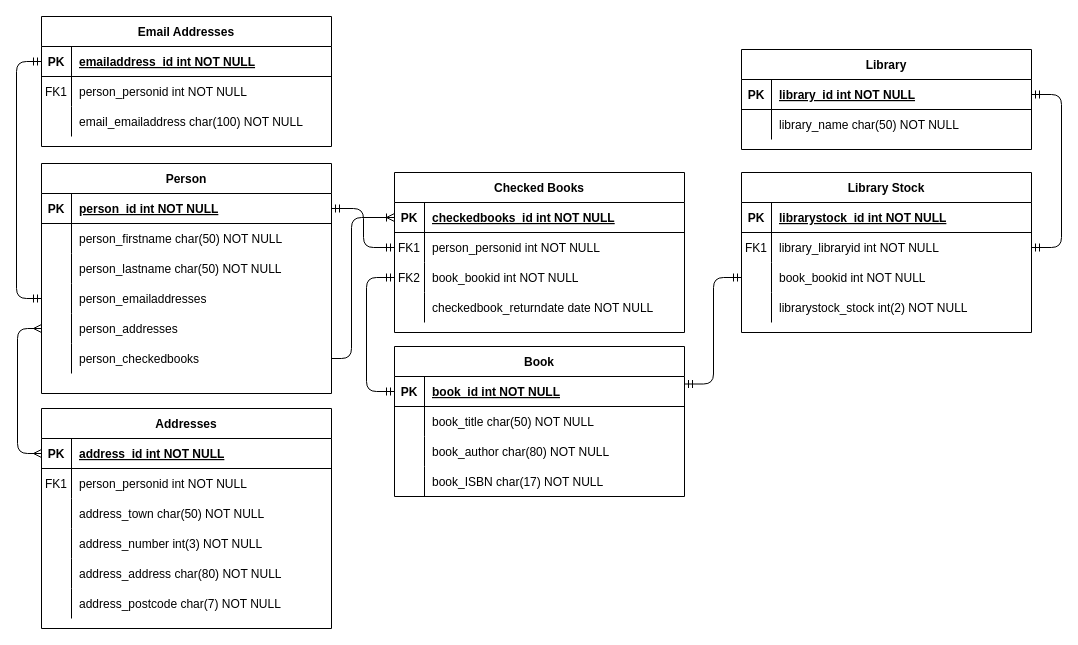
Above: library.drawio in RhysGrabany/LibraryManagementSystem (draw.io), before the change. Source tidied: cells renumbered, new cells numbered last; positions are measured from the earlier drawing's top-left corner, leaving out a move shared by most shapes. Both pictures are drawn from the tidied source at 100%, with x=0, y=0 at pixel (0, 16).
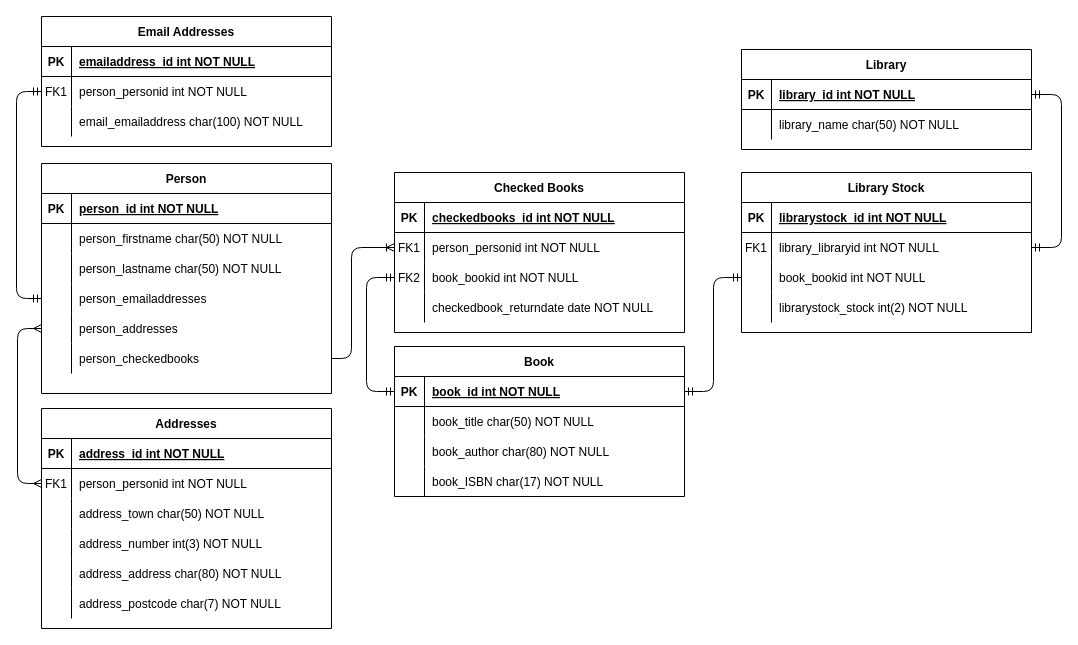
Above is the later version.

Commit message (it also covers changes not shown here):
Fixed ERD relationships

Unchanged cells that the change refers to:
```xml
<mxCell id="10" style="shape=partialRectangle;fillColor=none;points=[[0,0.5],[1,0.5]];portConstraint=eastwest;top=0;left=0;right=0;bottom=1;" parent="9" vertex="1">
  <mxGeometry y="30" width="290" height="30" as="geometry" />
</mxCell>
<mxCell id="13" style="shape=partialRectangle;fillColor=none;points=[[0,0.5],[1,0.5]];portConstraint=eastwest;top=0;left=0;right=0;bottom=0;" parent="9" vertex="1">
  <mxGeometry y="60" width="290" height="30" as="geometry" />
</mxCell>
<mxCell id="23" style="shape=partialRectangle;fillColor=none;points=[[0,0.5],[1,0.5]];portConstraint=eastwest;top=0;left=0;right=0;bottom=1;" parent="22" vertex="1">
  <mxGeometry y="30" width="290" height="30" as="geometry" />
</mxCell>
<mxCell id="32" style="shape=partialRectangle;fillColor=none;points=[[0,0.5],[1,0.5]];portConstraint=eastwest;top=0;left=0;right=0;bottom=0;" parent="22" vertex="1">
  <mxGeometry y="120" width="290" height="30" as="geometry" />
</mxCell>
<mxCell id="35" style="shape=partialRectangle;fillColor=none;points=[[0,0.5],[1,0.5]];portConstraint=eastwest;top=0;left=0;right=0;bottom=0;" parent="22" vertex="1">
  <mxGeometry y="150" width="290" height="30" as="geometry" />
</mxCell>
<mxCell id="38" style="shape=partialRectangle;fillColor=none;points=[[0,0.5],[1,0.5]];portConstraint=eastwest;top=0;left=0;right=0;bottom=0;" parent="22" vertex="1">
  <mxGeometry y="180" width="290" height="30" as="geometry" />
</mxCell>
<mxCell id="42" style="shape=partialRectangle;fillColor=none;points=[[0,0.5],[1,0.5]];portConstraint=eastwest;top=0;left=0;right=0;bottom=1;" parent="41" vertex="1">
  <mxGeometry y="30" width="290" height="30" as="geometry" />
</mxCell>
<mxCell id="45" style="shape=partialRectangle;fillColor=none;points=[[0,0.5],[1,0.5]];portConstraint=eastwest;top=0;left=0;right=0;bottom=0;" parent="41" vertex="1">
  <mxGeometry y="60" width="290" height="30" as="geometry" />
</mxCell>
<mxCell id="52" style="shape=partialRectangle;fillColor=none;points=[[0,0.5],[1,0.5]];portConstraint=eastwest;top=0;left=0;right=0;bottom=1;" parent="51" vertex="1">
  <mxGeometry y="30" width="290" height="30" as="geometry" />
</mxCell>
<mxCell id="55" style="shape=partialRectangle;fillColor=none;points=[[0,0.5],[1,0.5]];portConstraint=eastwest;top=0;left=0;right=0;bottom=0;" parent="51" vertex="1">
  <mxGeometry y="60" width="290" height="30" as="geometry" />
</mxCell>
<mxCell id="80" style="shape=partialRectangle;fillColor=none;points=[[0,0.5],[1,0.5]];portConstraint=eastwest;top=0;left=0;right=0;bottom=0;" parent="73" vertex="1">
  <mxGeometry y="90" width="290" height="30" as="geometry" />
</mxCell>
<mxCell id="89" value="Book" style="shape=table;startSize=30;childLayout=tableLayout;rowLines=0;fontStyle=1;align=center;" parent="1" vertex="1">
  <mxGeometry x="394" y="330" width="290" height="150" as="geometry" />
</mxCell>
<mxCell id="90" style="shape=partialRectangle;fillColor=none;points=[[0,0.5],[1,0.5]];portConstraint=eastwest;top=0;left=0;right=0;bottom=1;" parent="89" vertex="1">
  <mxGeometry y="30" width="290" height="30" as="geometry" />
</mxCell>
```

The edit, as a diff of the source:
```diff
@@
-    <mxCell id="70" style="edgeStyle=elbowEdgeStyle;fontSize=12;html=1;endArrow=ERoneToMany;jumpStyle=arc;" parent="1" edge="1" source="38" target="10">
+    <mxCell id="70" style="edgeStyle=elbowEdgeStyle;fontSize=12;html=1;endArrow=ERoneToMany;jumpStyle=arc;entryX=0;entryY=0.5;entryDx=0;entryDy=0;" parent="1" edge="1" source="38" target="13">
       <mxGeometry relative="1" as="geometry">
         <Array as="points">
           <mxPoint x="351" y="272" />
         </Array>
       </mxGeometry>
     </mxCell>
-    <mxCell id="71" style="edgeStyle=elbowEdgeStyle;fontSize=12;html=1;endArrow=ERmandOne;startArrow=ERmandOne;exitX=0;exitY=0.5;exitDx=0;exitDy=0;" parent="1" edge="1" source="42" target="32">
+    <mxCell id="71" style="edgeStyle=elbowEdgeStyle;fontSize=12;html=1;endArrow=ERmandOne;startArrow=ERmandOne;exitX=0;exitY=0.5;exitDx=0;exitDy=0;" parent="1" edge="1" source="45" target="32">
       <mxGeometry relative="1" as="geometry">
         <Array as="points">
           <mxPoint x="16" y="165" />
         </Array>
       </mxGeometry>
     </mxCell>
-    <mxCell id="72" style="edgeStyle=elbowEdgeStyle;fontSize=12;html=1;endArrow=ERmany;startArrow=ERmany;entryX=0;entryY=0.5;entryDx=0;entryDy=0;exitX=0;exitY=0.5;exitDx=0;exitDy=0;" parent="1" edge="1" source="52" target="35">
+    <mxCell id="72" style="edgeStyle=elbowEdgeStyle;fontSize=12;html=1;endArrow=ERmany;startArrow=ERmany;entryX=0;entryY=0.5;entryDx=0;entryDy=0;exitX=0;exitY=0.5;exitDx=0;exitDy=0;" parent="1" edge="1" source="55" target="35">
       <mxGeometry relative="1" as="geometry">
         <Array as="points">
           <mxPoint x="17" y="358" />
           <mxPoint x="23" y="361" />
           <mxPoint y="374" />
         </Array>
       </mxGeometry>
     </mxCell>
@@
-    <mxCell id="87" style="edgeStyle=elbowEdgeStyle;fontSize=12;html=1;endArrow=ERmandOne;startArrow=ERmandOne;jumpStyle=none;jumpSize=9;noJump=0;" parent="1" edge="1" source="13" target="23">
-      <mxGeometry relative="1" as="geometry" />
-    </mxCell>
-    <mxCell id="88" style="edgeStyle=elbowEdgeStyle;fontSize=12;html=1;endArrow=ERmandOne;startArrow=ERmandOne;exitX=1;exitY=0.25;exitDx=0;exitDy=0;" parent="1" edge="1" source="89" target="80">
+    <mxCell id="88" style="edgeStyle=elbowEdgeStyle;fontSize=12;html=1;endArrow=ERmandOne;startArrow=ERmandOne;exitX=1;exitY=0.5;exitDx=0;exitDy=0;" parent="1" edge="1" source="90" target="80">
       <mxGeometry relative="1" as="geometry" />
     </mxCell>
```
